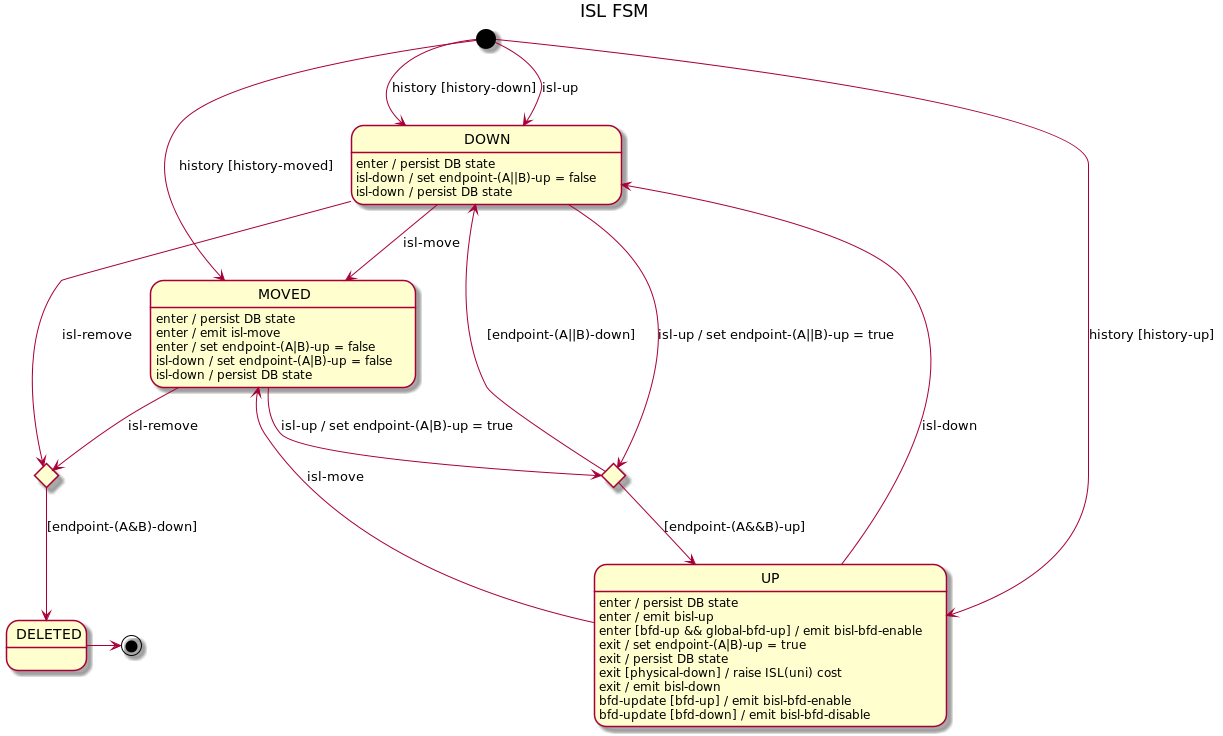
Earlier version of the PlantUML export docs/design/network-discovery/ISL-FSM.png (telstra/open-kilda).
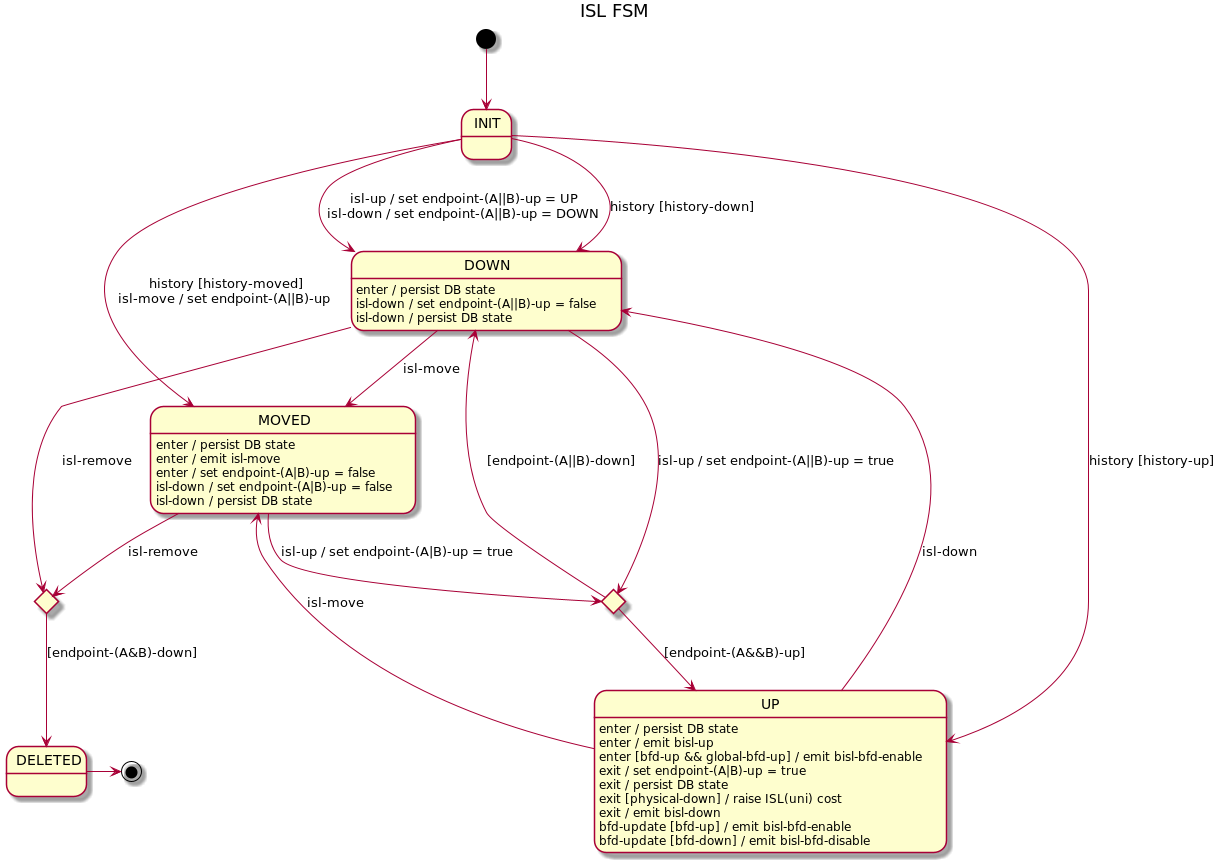
Above is the later version.

Commit message:
Add INIT state into IslFsm

The edit, as a diff of the source:
```diff
@@ -1,10 +1,12 @@
 @startuml
 title ISL FSM
 
-[*] --> DOWN : history [history-down]
-[*] --> DOWN : isl-up
-[*] --> UP : history [history-up]
-[*] --> MOVED : history [history-moved]
+[*] --> INIT
+
+INIT --> DOWN : isl-up / set endpoint-(A||B)-up = UP\nisl-down / set endpoint-(A||B)-up = DOWN
+INIT --> DOWN : history [history-down]
+INIT --> UP : history [history-up]
+INIT --> MOVED : history [history-moved]\nisl-move / set endpoint-(A||B)-up
 
 state upAttempt <<choice>>
 state deleteAttempt <<choice>>
```
